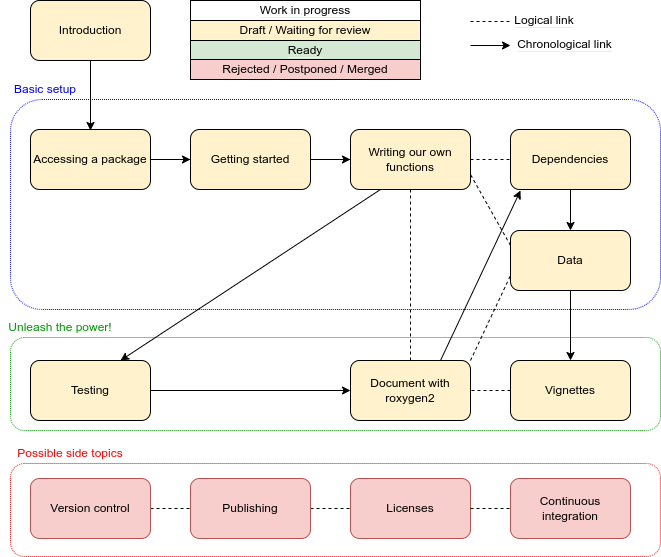
Before: fig/progress.png, a diagram exported from draw.io (carpentries-incubator/lesson-R-packaging). Source tidied: cells renumbered, new cells last; positions are measured from the earlier drawing's top-left corner, leaving out a move shared by most shapes.
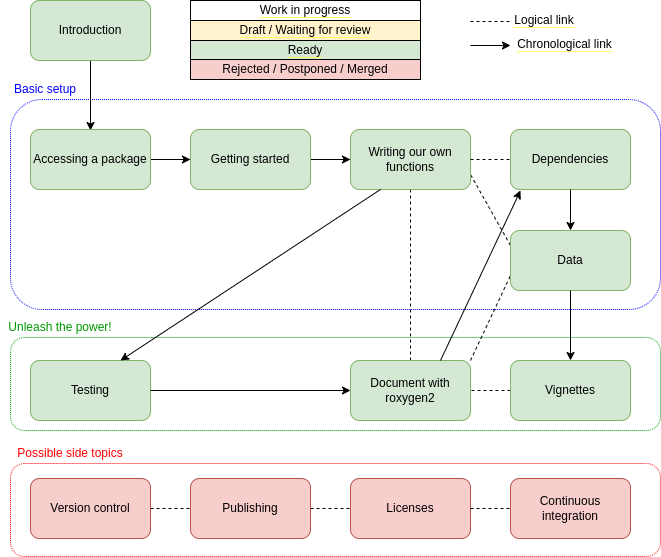
The same diagram one commit later.

Commit message:
Update progress figure

The edit, as a diff of the source:
```diff
@@ -54,37 +54,37 @@
         <mxPoint x="90" y="130" as="targetPoint" />
       </mxGeometry>
     </mxCell>
-    <mxCell id="17" value="Introduction" style="rounded=1;whiteSpace=wrap;html=1;comic=0;fillColor=#fff2cc;" parent="1" vertex="1">
+    <mxCell id="17" value="Introduction" style="rounded=1;whiteSpace=wrap;html=1;comic=0;fillColor=#d5e8d4;strokeColor=#82b366;" parent="1" vertex="1">
       <mxGeometry x="30" width="120" height="60" as="geometry" />
     </mxCell>
     <mxCell id="18" style="edgeStyle=orthogonalEdgeStyle;rounded=0;jettySize=auto;html=1;fontColor=#009900;entryX=0;entryY=0.5;entryDx=0;entryDy=0;" parent="1" edge="1" source="19" target="21">
       <mxGeometry relative="1" as="geometry" />
     </mxCell>
-    <mxCell id="19" value="Accessing a package" style="rounded=1;whiteSpace=wrap;html=1;comic=0;fillColor=#fff2cc;" parent="1" vertex="1">
+    <mxCell id="19" value="Accessing a package" style="rounded=1;whiteSpace=wrap;html=1;comic=0;fillColor=#d5e8d4;strokeColor=#82b366;" parent="1" vertex="1">
       <mxGeometry x="30" y="129" width="120" height="60" as="geometry" />
     </mxCell>
     <mxCell id="20" style="edgeStyle=orthogonalEdgeStyle;rounded=0;jettySize=auto;html=1;fontColor=#009900;exitX=1;exitY=0.5;exitDx=0;exitDy=0;entryX=0;entryY=0.5;entryDx=0;entryDy=0;" parent="1" edge="1" source="21" target="22">
       <mxGeometry relative="1" as="geometry" />
     </mxCell>
-    <mxCell id="21" value="Getting started" style="rounded=1;whiteSpace=wrap;html=1;comic=0;fillColor=#fff2cc;" parent="1" vertex="1">
+    <mxCell id="21" value="Getting started" style="rounded=1;whiteSpace=wrap;html=1;comic=0;fillColor=#d5e8d4;strokeColor=#82b366;" parent="1" vertex="1">
       <mxGeometry x="190" y="129" width="120" height="60" as="geometry" />
     </mxCell>
-    <mxCell id="22" value="Writing our own functions" style="rounded=1;whiteSpace=wrap;html=1;comic=0;fillColor=#fff2cc;" parent="1" vertex="1">
+    <mxCell id="22" value="Writing our own functions" style="rounded=1;whiteSpace=wrap;html=1;comic=0;fillColor=#d5e8d4;strokeColor=#82b366;" parent="1" vertex="1">
       <mxGeometry x="350" y="129" width="120" height="60" as="geometry" />
     </mxCell>
-    <mxCell id="23" value="Dependencies" style="rounded=1;whiteSpace=wrap;html=1;comic=0;fillColor=#fff2cc;" parent="1" vertex="1">
+    <mxCell id="23" value="Dependencies" style="rounded=1;whiteSpace=wrap;html=1;comic=0;fillColor=#d5e8d4;strokeColor=#82b366;" parent="1" vertex="1">
       <mxGeometry x="510" y="129" width="120" height="60" as="geometry" />
     </mxCell>
-    <mxCell id="24" value="Document with roxygen2" style="rounded=1;whiteSpace=wrap;html=1;comic=0;fillColor=#fff2cc;" parent="1" vertex="1">
+    <mxCell id="24" value="Document with roxygen2" style="rounded=1;whiteSpace=wrap;html=1;comic=0;fillColor=#d5e8d4;strokeColor=#82b366;" parent="1" vertex="1">
       <mxGeometry x="350" y="360" width="120" height="60" as="geometry" />
     </mxCell>
-    <mxCell id="25" value="Data" style="rounded=1;whiteSpace=wrap;html=1;comic=0;fillColor=#fff2cc;strokeColor=#000000;" parent="1" vertex="1">
+    <mxCell id="25" value="Data" style="rounded=1;whiteSpace=wrap;html=1;comic=0;fillColor=#d5e8d4;strokeColor=#82b366;" parent="1" vertex="1">
       <mxGeometry x="510" y="230" width="120" height="60" as="geometry" />
     </mxCell>
-    <mxCell id="26" value="Testing" style="rounded=1;whiteSpace=wrap;html=1;comic=0;fillColor=#fff2cc;" parent="1" vertex="1">
+    <mxCell id="26" value="Testing" style="rounded=1;whiteSpace=wrap;html=1;comic=0;fillColor=#d5e8d4;strokeColor=#82b366;" parent="1" vertex="1">
       <mxGeometry x="30" y="360" width="120" height="60" as="geometry" />
     </mxCell>
-    <mxCell id="27" value="Vignettes" style="rounded=1;whiteSpace=wrap;html=1;comic=0;fillColor=#fff2cc;strokeColor=#000000;" parent="1" vertex="1">
+    <mxCell id="27" value="Vignettes" style="rounded=1;whiteSpace=wrap;html=1;comic=0;fillColor=#d5e8d4;strokeColor=#82b366;" parent="1" vertex="1">
       <mxGeometry x="510" y="360" width="120" height="60" as="geometry" />
     </mxCell>
     <mxCell id="28" value="Version control" style="rounded=1;whiteSpace=wrap;html=1;comic=0;fillColor=#f8cecc;strokeColor=#b85450;" parent="1" vertex="1">
```
